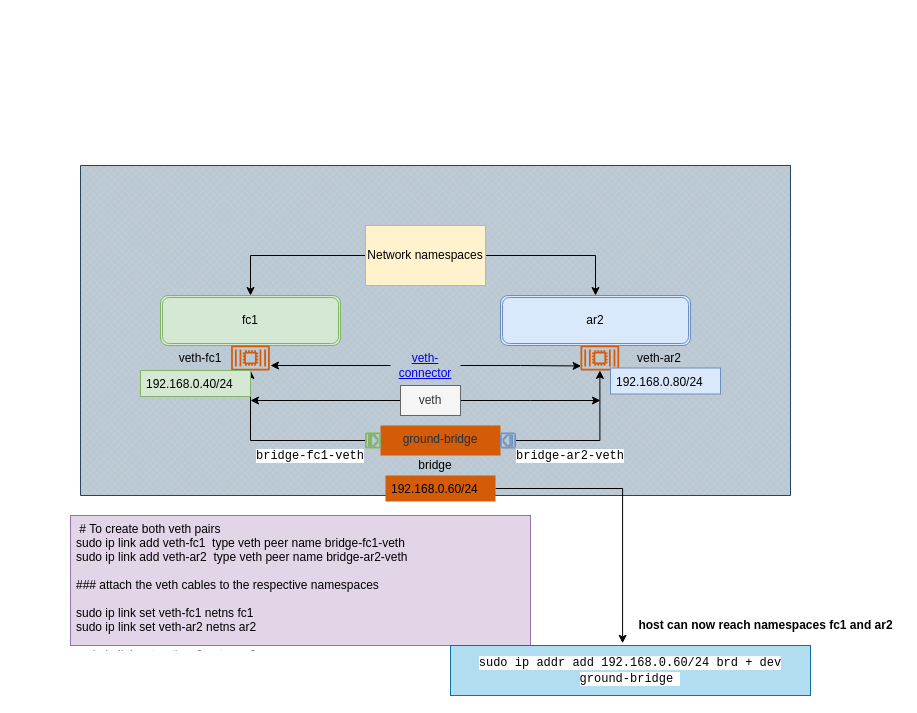
The draw.io diagram netw-ns-1.drawio in get-mesh-status/network-namespaces, before the edit. Source tidied: cells renumbered, new cells numbered last; positions are measured from the earlier drawing's top-left corner, leaving out a move shared by most shapes. Both pictures are drawn from the tidied source at 100%, with x=0, y=0 at pixel (10, 25).
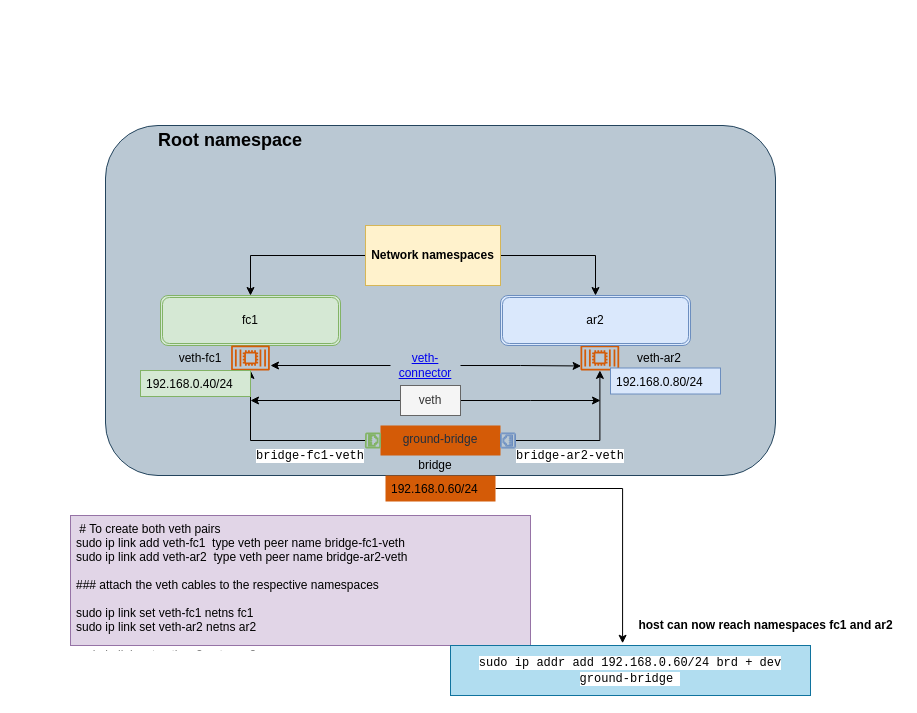
The same diagram, later.

Unchanged cells that the change refers to:
```xml
<mxCell id="5" value="fc1" style="shape=ext;double=1;rounded=1;whiteSpace=wrap;html=1;fillColor=#d5e8d4;strokeColor=#82b366;" parent="1" vertex="1">
  <mxGeometry x="150" y="270" width="180" height="50" as="geometry" />
</mxCell>
<mxCell id="6" value="ar2" style="shape=ext;double=1;rounded=1;whiteSpace=wrap;html=1;fillColor=#dae8fc;strokeColor=#6c8ebf;" parent="1" vertex="1">
  <mxGeometry x="490" y="270" width="190" height="50" as="geometry" />
</mxCell>
```

The edit, as a diff of the source:
```diff
@@
-    <mxCell id="2" style="verticalLabelPosition=bottom;verticalAlign=top;html=1;shape=mxgraph.basic.patternFillRect;fillStyle=diagGrid;step=5;fillStrokeWidth=0.2;fillStrokeColor=#dddddd;fillColor=#bac8d3;gradientDirection=east;strokeColor=#23445d;" parent="1" vertex="1">
-      <mxGeometry x="70" y="140" width="710" height="330" as="geometry" />
-    </mxCell>
+    <mxCell id="34" style="rounded=1;whiteSpace=wrap;html=1;fillColor=#bac8d3;strokeColor=#23445d;gradientColor=none;" parent="1" vertex="1">
+      <mxGeometry x="95" y="100" width="670" height="350" as="geometry" />
+    </mxCell>
@@
+    <mxCell id="16" style="edgeStyle=orthogonalEdgeStyle;rounded=0;jettySize=auto;html=1;entryX=0.5;entryY=0;entryDx=0;entryDy=0;" parent="1" edge="1" source="17" target="5">
+      <mxGeometry relative="1" as="geometry" />
+    </mxCell>
-    <mxCell id="15" style="edgeStyle=orthogonalEdgeStyle;rounded=0;jettySize=auto;html=1;" parent="1" edge="1" source="17" target="6">
-      <mxGeometry relative="1" as="geometry" />
+    <mxCell id="15" style="edgeStyle=orthogonalEdgeStyle;rounded=0;jettySize=auto;html=1;fontSize=18;" parent="1" edge="1" source="17" target="6">
+      <mxGeometry relative="1" as="geometry">
+        <Array as="points">
+          <mxPoint x="585" y="230" />
+        </Array>
+      </mxGeometry>
     </mxCell>
-    <mxCell id="16" style="edgeStyle=orthogonalEdgeStyle;rounded=0;jettySize=auto;html=1;entryX=0.5;entryY=0;entryDx=0;entryDy=0;" parent="1" edge="1" source="17" target="5">
-      <mxGeometry relative="1" as="geometry" />
-    </mxCell>
-    <mxCell id="17" value="Network namespaces&lt;br&gt;" style="rounded=0;whiteSpace=wrap;html=1;fillColor=#fff2cc;strokeColor=#d6b656;" parent="1" vertex="1">
-      <mxGeometry x="355" y="200" width="120" height="60" as="geometry" />
+    <mxCell id="17" value="&lt;b&gt;Network namespaces&lt;/b&gt;" style="rounded=0;whiteSpace=wrap;html=1;fillColor=#fff2cc;strokeColor=#d6b656;" parent="1" vertex="1">
+      <mxGeometry x="355" y="200" width="135" height="60" as="geometry" />
     </mxCell>
@@
+    <mxCell id="35" value="&lt;b&gt;&lt;font style=&quot;font-size: 18px&quot;&gt;Root namespace&lt;/font&gt;&lt;/b&gt;" style="text;html=1;strokeColor=none;fillColor=none;align=center;verticalAlign=middle;whiteSpace=wrap;rounded=0;" parent="1" vertex="1">
+      <mxGeometry x="130" y="100" width="180" height="30" as="geometry" />
+    </mxCell>
```
